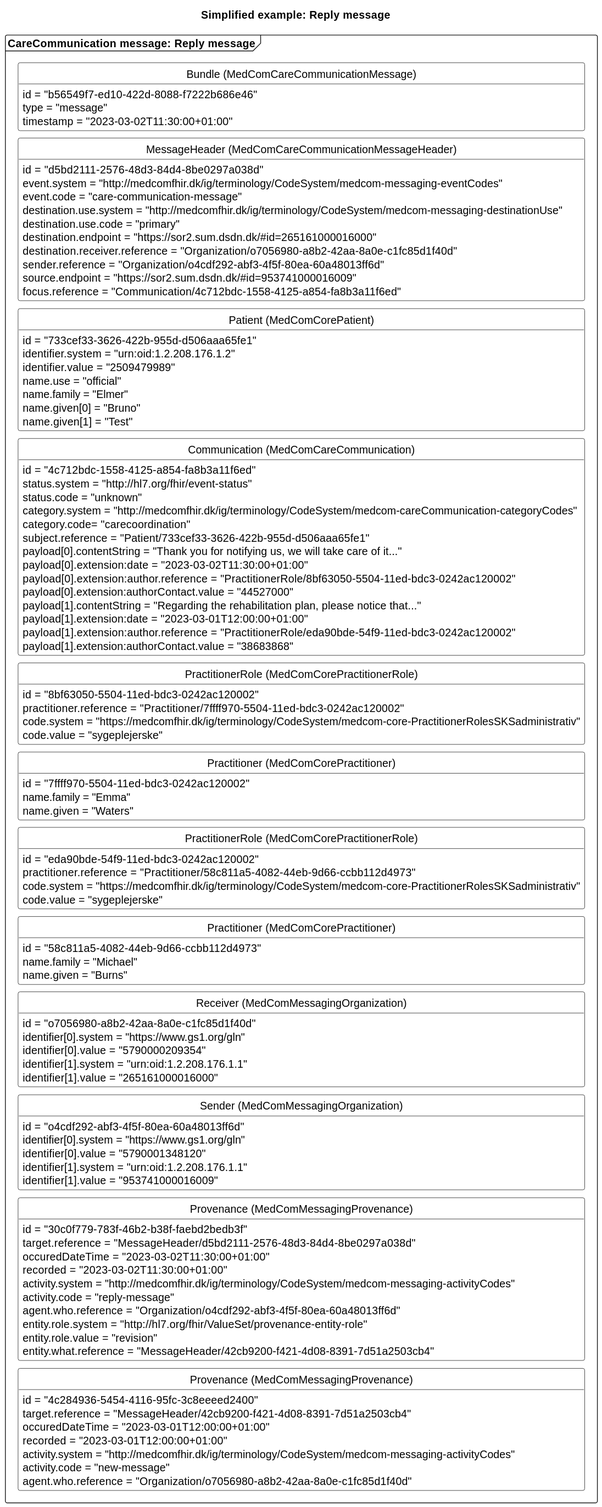
This is input/images/carecommunication/CCreplyMessage.svg from medcomdk/dk-medcom-carecommunication, a PlantUML export, as it was before one commit.
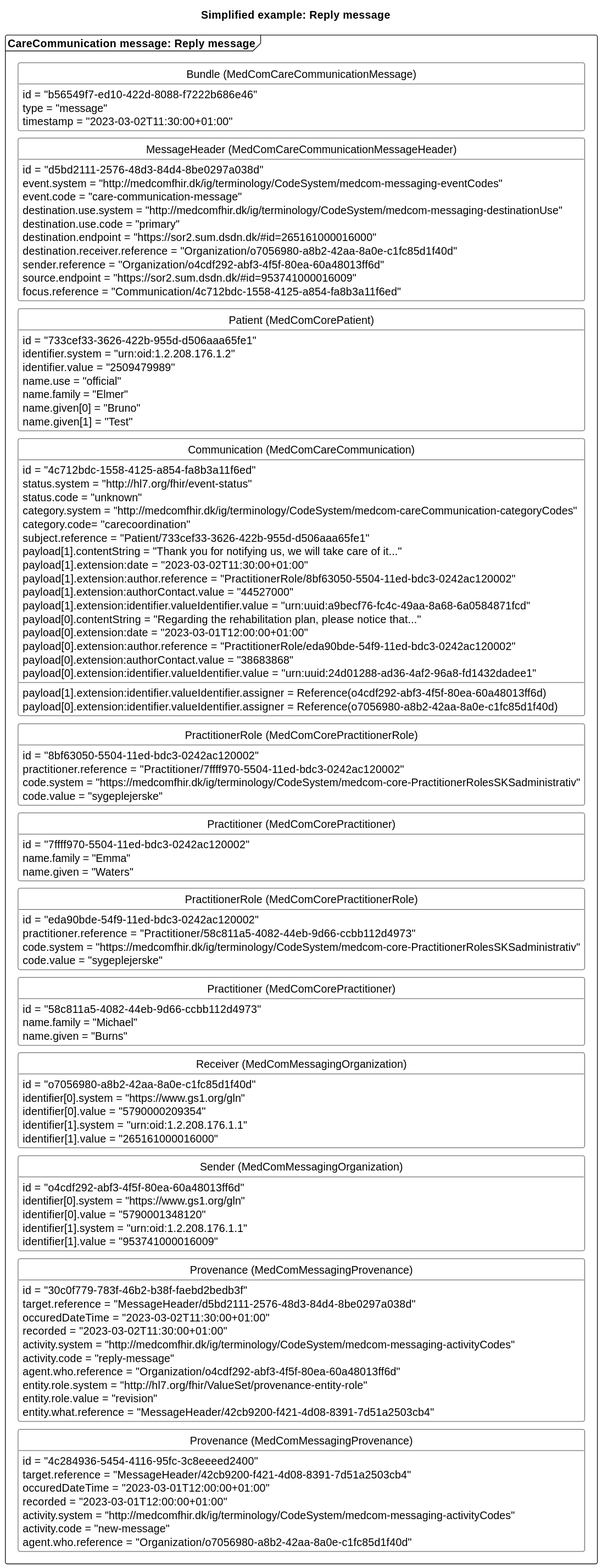
Later version of the same file.

Diff of the diagram source:
```diff
@@ -47,14 +47,18 @@
         category.system = "http://medcomfhir.dk/ig/terminology/CodeSystem/medcom-careCommunication-categoryCodes"
         category.code= "carecoordination"
         subject.reference = "Patient/733cef33-3626-422b-955d-d506aaa65fe1"
-        payload[0].contentString = "Thank you for notifying us, we will take care of it..."
-        payload[0].extension:date = "2023-03-02T11:30:00+01:00"
-        payload[0].extension:author.reference = "PractitionerRole/8bf63050-5504-11ed-bdc3-0242ac120002"
-        payload[0].extension:authorContact.value = "44527000"
-        payload[1].contentString = "Regarding the rehabilitation plan, please notice that..."
-        payload[1].extension:date = "2023-03-01T12:00:00+01:00"
-        payload[1].extension:author.reference = "PractitionerRole/eda90bde-54f9-11ed-bdc3-0242ac120002"
-        payload[1].extension:authorContact.value = "38683868"
+        payload[1].contentString = "Thank you for notifying us, we will take care of it..."
+        payload[1].extension:date = "2023-03-02T11:30:00+01:00"
+        payload[1].extension:author.reference = "PractitionerRole/8bf63050-5504-11ed-bdc3-0242ac120002"
+        payload[1].extension:authorContact.value = "44527000"
+        payload[1].extension:identifier.valueIdentifier.value = "urn:uuid:a9becf76-fc4c-49aa-8a68-6a0584871fcd"
+        payload[1].extension:identifier.valueIdentifier.assigner = Reference(o4cdf292-abf3-4f5f-80ea-60a48013ff6d)
+        payload[0].contentString = "Regarding the rehabilitation plan, please notice that..."
+        payload[0].extension:date = "2023-03-01T12:00:00+01:00"
+        payload[0].extension:author.reference = "PractitionerRole/eda90bde-54f9-11ed-bdc3-0242ac120002"
+        payload[0].extension:authorContact.value = "38683868"
+        payload[0].extension:identifier.valueIdentifier.value = "urn:uuid:24d01288-ad36-4af2-96a8-fd1432dadee1"
+        payload[0].extension:identifier.valueIdentifier.assigner = Reference(o7056980-a8b2-42aa-8a0e-c1fc85d1f40d)
     }
     class "PractitionerRole (MedComCorePractitionerRole)" as replyPracR{
         id = "8bf63050-5504-11ed-bdc3-0242ac120002"
```
